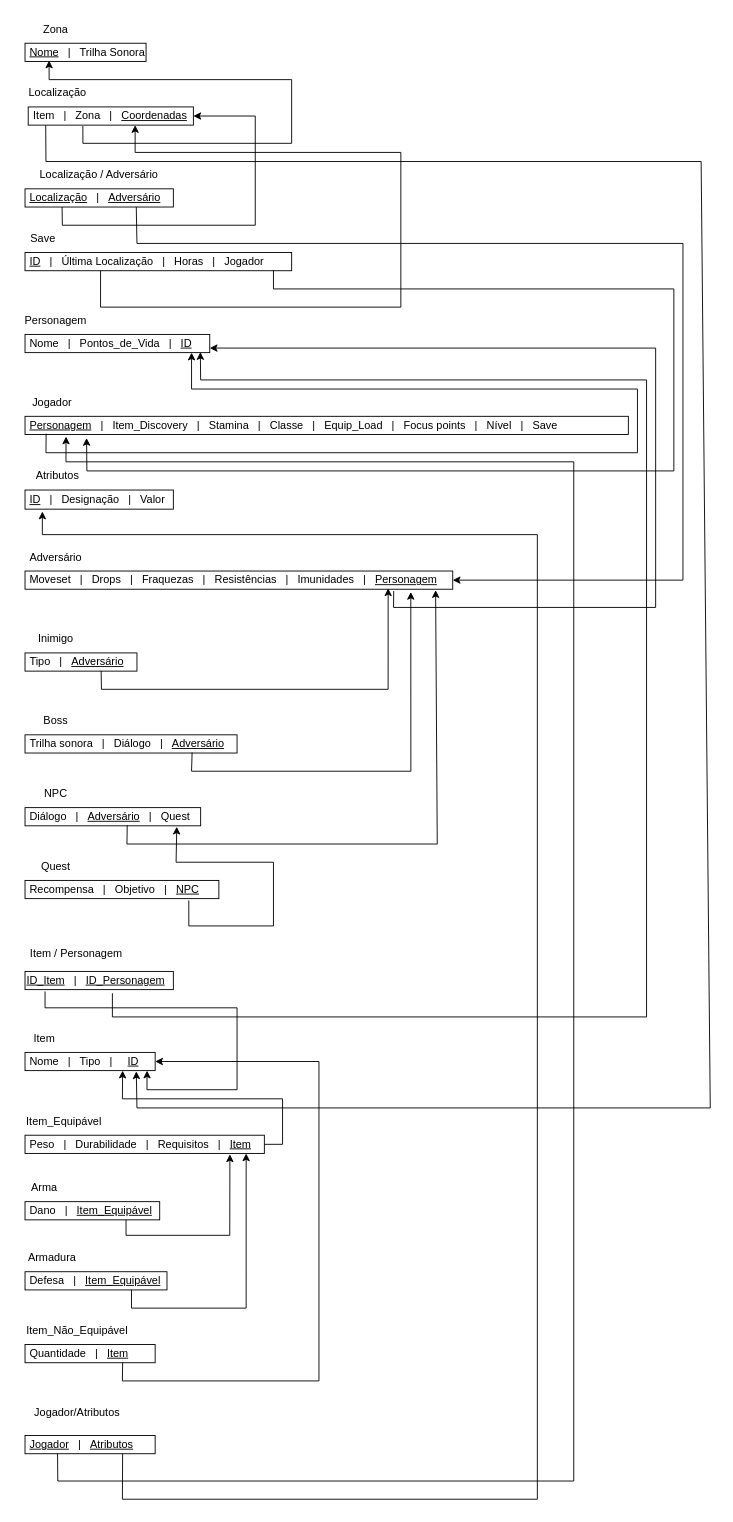
The draw.io diagram ds3er.drawio in JoaoRodri19/BD, before the edit. Source tidied: cells renumbered, new cells numbered last; positions are measured from the earlier drawing's top-left corner, leaving out a move shared by most shapes. Both pictures are drawn from the tidied source at 91%, with x=0, y=0 at pixel (15, 15).
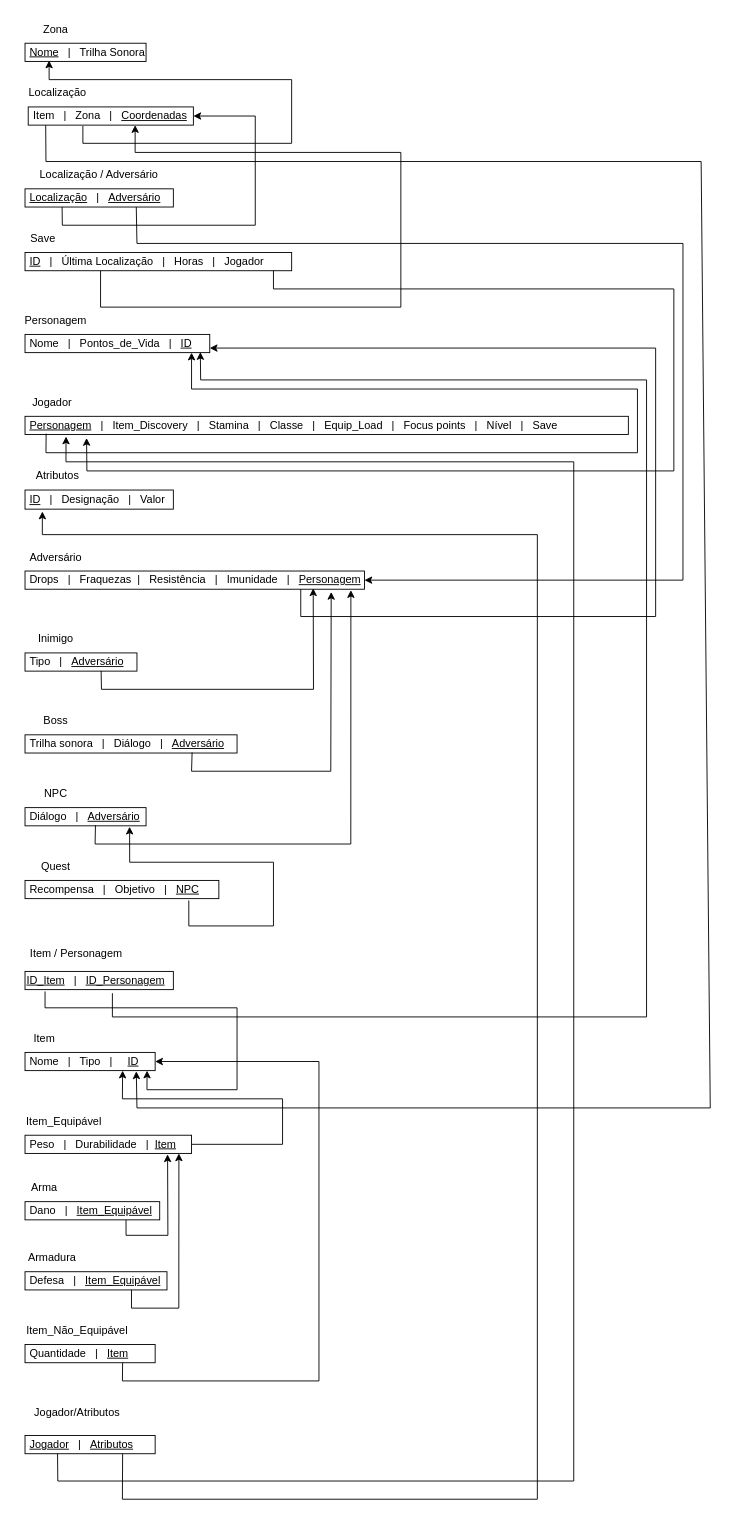
The same diagram, later.

The change refers to these unchanged cells:
```xml
<mxCell id="6" value="&amp;nbsp;Nome&amp;nbsp; &amp;nbsp;|&amp;nbsp; &amp;nbsp;Pontos_de_Vida&amp;nbsp; &amp;nbsp;|&amp;nbsp; &amp;nbsp;&lt;u style=&quot;border-color: var(--border-color);&quot;&gt;ID&lt;/u&gt;&lt;span style=&quot;border-color: var(--border-color);&quot;&gt;&amp;nbsp; &amp;nbsp;&lt;/span&gt;" style="rounded=0;whiteSpace=wrap;html=1;align=left;" parent="1" vertex="1">
  <mxGeometry x="10" y="350" width="203" height="20" as="geometry" />
</mxCell>
<mxCell id="12" value="&amp;nbsp;Recompensa&amp;nbsp; &amp;nbsp;|&amp;nbsp; &amp;nbsp;Objetivo&amp;nbsp; &amp;nbsp;|&amp;nbsp; &amp;nbsp;&lt;u&gt;NPC&lt;/u&gt;" style="rounded=0;whiteSpace=wrap;html=1;align=left;" parent="1" vertex="1">
  <mxGeometry x="10" y="950" width="213" height="20" as="geometry" />
</mxCell>
<mxCell id="14" value="&amp;nbsp;Tipo&amp;nbsp; &amp;nbsp;|&amp;nbsp; &amp;nbsp;&lt;u&gt;Adversário&lt;/u&gt;" style="rounded=0;whiteSpace=wrap;html=1;align=left;" parent="1" vertex="1">
  <mxGeometry x="10" y="700" width="123" height="20" as="geometry" />
</mxCell>
<mxCell id="16" value="&amp;nbsp;Trilha sonora&amp;nbsp; &amp;nbsp;|&amp;nbsp; &amp;nbsp;Diálogo&amp;nbsp; &amp;nbsp;|&amp;nbsp; &amp;nbsp;&lt;u&gt;Adversário&lt;/u&gt;" style="rounded=0;whiteSpace=wrap;html=1;align=left;" parent="1" vertex="1">
  <mxGeometry x="10" y="790" width="233" height="20" as="geometry" />
</mxCell>
<mxCell id="20" value="&amp;nbsp;Dano&amp;nbsp; &amp;nbsp;|&amp;nbsp; &amp;nbsp;&lt;u&gt;Item_Equipável&lt;/u&gt;" style="rounded=0;whiteSpace=wrap;html=1;align=left;" parent="1" vertex="1">
  <mxGeometry x="10" y="1303" width="148" height="20" as="geometry" />
</mxCell>
<mxCell id="22" value="&amp;nbsp;Defesa&amp;nbsp; &amp;nbsp;|&amp;nbsp; &amp;nbsp;&lt;u&gt;Item_Equipável&lt;/u&gt;" style="rounded=0;whiteSpace=wrap;html=1;align=left;" parent="1" vertex="1">
  <mxGeometry x="10" y="1380" width="156" height="20" as="geometry" />
</mxCell>
```

Change to the diagram source:
```diff
@@
-    <mxCell id="10" value="&amp;nbsp;Moveset&amp;nbsp; &amp;nbsp;|&amp;nbsp; &amp;nbsp;Drops&amp;nbsp; &amp;nbsp;|&amp;nbsp; &amp;nbsp;Fraquezas&amp;nbsp; &amp;nbsp;|&amp;nbsp; &amp;nbsp;Resistências&amp;nbsp; &amp;nbsp;|&amp;nbsp; &amp;nbsp;Imunidades&amp;nbsp; &amp;nbsp;|&amp;nbsp; &amp;nbsp;&lt;u&gt;Personagem&lt;/u&gt;" style="rounded=0;whiteSpace=wrap;html=1;align=left;" parent="1" vertex="1">
-      <mxGeometry x="10" y="610" width="470" height="20" as="geometry" />
+    <mxCell id="10" value="&amp;nbsp;Drops&amp;nbsp; &amp;nbsp;|&amp;nbsp; &amp;nbsp;Fraquezas&amp;nbsp; |&amp;nbsp; &amp;nbsp;Resistência&amp;nbsp; &amp;nbsp;|&amp;nbsp; &amp;nbsp;Imunidade&amp;nbsp; &amp;nbsp;|&amp;nbsp; &amp;nbsp;&lt;u&gt;Personagem&lt;/u&gt;" style="rounded=0;whiteSpace=wrap;html=1;align=left;" parent="1" vertex="1">
+      <mxGeometry x="10" y="610" width="373" height="20" as="geometry" />
     </mxCell>
@@
-    <mxCell id="18" value="&amp;nbsp;Peso&amp;nbsp; &amp;nbsp;|&amp;nbsp; &amp;nbsp;Durabilidade&amp;nbsp; &amp;nbsp;|&amp;nbsp; &amp;nbsp;Requisitos&amp;nbsp; &amp;nbsp;|&amp;nbsp; &amp;nbsp;&lt;u&gt;Item&lt;/u&gt;" style="rounded=0;whiteSpace=wrap;html=1;align=left;" parent="1" vertex="1">
-      <mxGeometry x="10" y="1230" width="263" height="20" as="geometry" />
+    <mxCell id="18" value="&amp;nbsp;Peso&amp;nbsp; &amp;nbsp;|&amp;nbsp; &amp;nbsp;Durabilidade&amp;nbsp; &amp;nbsp;|&amp;nbsp; &lt;u&gt;Item&lt;/u&gt;" style="rounded=0;whiteSpace=wrap;html=1;align=left;" parent="1" vertex="1">
+      <mxGeometry x="10" y="1230" width="183" height="20" as="geometry" />
     </mxCell>
@@
-    <mxCell id="30" value="&amp;nbsp;Diálogo&amp;nbsp; &amp;nbsp;|&amp;nbsp; &amp;nbsp;&lt;u&gt;Adversário&lt;/u&gt;&amp;nbsp; &amp;nbsp;|&amp;nbsp; &amp;nbsp;Quest" style="rounded=0;whiteSpace=wrap;html=1;align=left;" parent="1" vertex="1">
-      <mxGeometry x="10" y="870" width="193" height="20" as="geometry" />
+    <mxCell id="30" value="&amp;nbsp;Diálogo&amp;nbsp; &amp;nbsp;|&amp;nbsp; &amp;nbsp;&lt;u&gt;Adversário&lt;/u&gt;&amp;nbsp;" style="rounded=0;whiteSpace=wrap;html=1;align=left;" parent="1" vertex="1">
+      <mxGeometry x="10" y="870" width="133" height="20" as="geometry" />
     </mxCell>
@@
     <mxCell id="42" style="endArrow=classic;html=1;rounded=0;entryX=0.856;entryY=1.05;entryDx=0;entryDy=0;entryPerimeter=0;exitX=0.75;exitY=1;exitDx=0;exitDy=0;" parent="1" edge="1" source="20" target="18">
       <mxGeometry relative="1" as="geometry">
         <Array as="points">
           <mxPoint x="121" y="1340" />
-          <mxPoint x="235" y="1340" />
+          <mxPoint x="167" y="1340" />
         </Array>
       </mxGeometry>
     </mxCell>
     <mxCell id="43" style="endArrow=classic;html=1;rounded=0;entryX=0.924;entryY=1;entryDx=0;entryDy=0;entryPerimeter=0;exitX=0.75;exitY=1;exitDx=0;exitDy=0;" parent="1" edge="1" source="22" target="18">
       <mxGeometry relative="1" as="geometry">
         <Array as="points">
           <mxPoint x="127" y="1420" />
-          <mxPoint x="253" y="1420" />
+          <mxPoint x="179" y="1420" />
         </Array>
       </mxGeometry>
     </mxCell>
@@
-    <mxCell id="45" style="endArrow=classic;html=1;rounded=0;entryX=1;entryY=0.75;entryDx=0;entryDy=0;exitX=0.862;exitY=1.1;exitDx=0;exitDy=0;exitPerimeter=0;" parent="1" edge="1" source="10" target="6">
+    <mxCell id="45" style="endArrow=classic;html=1;rounded=0;entryX=1;entryY=0.75;entryDx=0;entryDy=0;" parent="1" edge="1" target="6">
       <mxGeometry relative="1" as="geometry">
+        <mxPoint x="313" y="630" as="sourcePoint" />
         <Array as="points">
-          <mxPoint x="415" y="650" />
-          <mxPoint x="703" y="650" />
+          <mxPoint x="313" y="660" />
+          <mxPoint x="703" y="660" />
           <mxPoint x="703" y="365" />
         </Array>
       </mxGeometry>
     </mxCell>
     <mxCell id="46" style="endArrow=classic;html=1;rounded=0;entryX=0.96;entryY=1.05;entryDx=0;entryDy=0;entryPerimeter=0;exitX=0.582;exitY=0.97;exitDx=0;exitDy=0;exitPerimeter=0;" parent="1" edge="1" source="30" target="10">
       <mxGeometry relative="1" as="geometry">
         <Array as="points">
-          <mxPoint x="122" y="910" />
-          <mxPoint x="463" y="910" />
+          <mxPoint x="87" y="910" />
+          <mxPoint x="368" y="910" />
         </Array>
       </mxGeometry>
     </mxCell>
     <mxCell id="47" style="endArrow=classic;html=1;rounded=0;entryX=0.902;entryY=1.15;entryDx=0;entryDy=0;entryPerimeter=0;exitX=0.788;exitY=0.97;exitDx=0;exitDy=0;exitPerimeter=0;" parent="1" edge="1" source="16" target="10">
       <mxGeometry relative="1" as="geometry">
         <Array as="points">
           <mxPoint x="193" y="830" />
-          <mxPoint x="434" y="830" />
+          <mxPoint x="346" y="830" />
         </Array>
       </mxGeometry>
     </mxCell>
     <mxCell id="48" style="endArrow=classic;html=1;rounded=0;entryX=0.849;entryY=0.95;entryDx=0;entryDy=0;entryPerimeter=0;exitX=0.68;exitY=0.99;exitDx=0;exitDy=0;exitPerimeter=0;" parent="1" edge="1" source="14" target="10">
       <mxGeometry relative="1" as="geometry">
         <Array as="points">
           <mxPoint x="94" y="740" />
-          <mxPoint x="409" y="740" />
+          <mxPoint x="327" y="740" />
         </Array>
       </mxGeometry>
     </mxCell>
     <mxCell id="49" style="endArrow=classic;html=1;rounded=0;entryX=0.864;entryY=1.05;entryDx=0;entryDy=0;exitX=0.845;exitY=1.1;exitDx=0;exitDy=0;exitPerimeter=0;entryPerimeter=0;" parent="1" edge="1" source="12" target="30">
       <mxGeometry relative="1" as="geometry">
         <Array as="points">
           <mxPoint x="190" y="1000" />
           <mxPoint x="283" y="1000" />
           <mxPoint x="283" y="930" />
-          <mxPoint x="176" y="930" />
+          <mxPoint x="125" y="930" />
         </Array>
       </mxGeometry>
     </mxCell>
```
